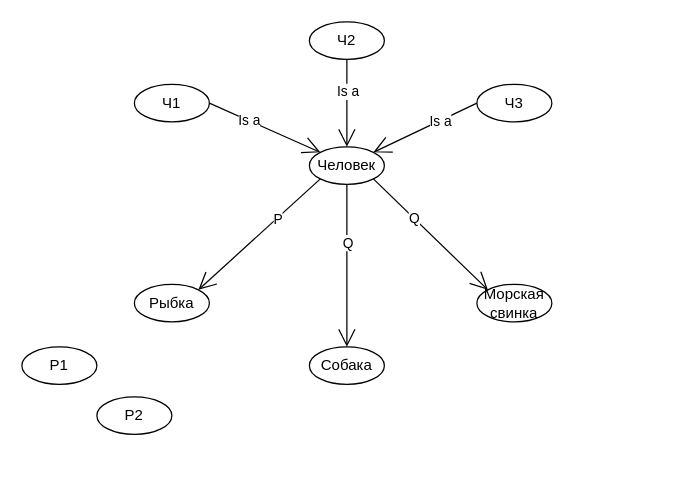
Earlier version of the draw.io diagram Диаграмма без названия.drawio (hard-gainer/UML). Source tidied: cells renumbered, new cells numbered last; positions are measured from the earlier drawing's top-left corner, leaving out a move shared by most shapes. Both pictures are drawn from the tidied source at 125%, with x=0, y=0 at pixel (21, 21).
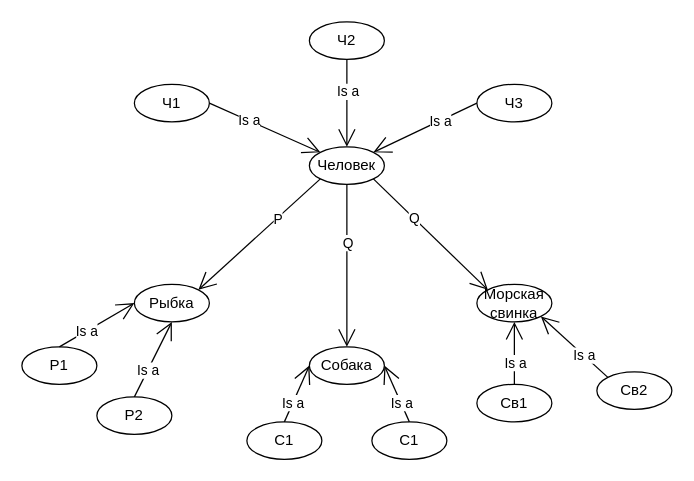
The same page after the edit.

Unchanged cells that the change refers to:
```xml
<mxCell id="3" value="Морская свинка" style="ellipse;whiteSpace=wrap;html=1;" parent="1" vertex="1">
  <mxGeometry x="364" y="210" width="60" height="30" as="geometry" />
</mxCell>
<mxCell id="4" value="Рыбка" style="ellipse;whiteSpace=wrap;html=1;" parent="1" vertex="1">
  <mxGeometry x="90" y="210" width="60" height="30" as="geometry" />
</mxCell>
<mxCell id="5" value="Собака" style="ellipse;whiteSpace=wrap;html=1;" parent="1" vertex="1">
  <mxGeometry x="230" y="260" width="60" height="30" as="geometry" />
</mxCell>
<mxCell id="21" value="Р1" style="ellipse;whiteSpace=wrap;html=1;" parent="1" vertex="1">
  <mxGeometry y="260" width="60" height="30" as="geometry" />
</mxCell>
<mxCell id="22" value="Р2" style="ellipse;whiteSpace=wrap;html=1;" parent="1" vertex="1">
  <mxGeometry x="60" y="300" width="60" height="30" as="geometry" />
</mxCell>
```

The edit, as a diff of the source:
```diff
@@
+    <mxCell id="23" value="C1" style="ellipse;whiteSpace=wrap;html=1;" parent="1" vertex="1">
+      <mxGeometry x="180" y="320" width="60" height="30" as="geometry" />
+    </mxCell>
+    <mxCell id="24" value="C1" style="ellipse;whiteSpace=wrap;html=1;" parent="1" vertex="1">
+      <mxGeometry x="280" y="320" width="60" height="30" as="geometry" />
+    </mxCell>
+    <mxCell id="25" value="Св1" style="ellipse;whiteSpace=wrap;html=1;" parent="1" vertex="1">
+      <mxGeometry x="364" y="290" width="60" height="30" as="geometry" />
+    </mxCell>
+    <mxCell id="26" value="Св2" style="ellipse;whiteSpace=wrap;html=1;" parent="1" vertex="1">
+      <mxGeometry x="460" y="280" width="60" height="30" as="geometry" />
+    </mxCell>
+    <mxCell id="27" style="endArrow=open;endFill=1;endSize=12;html=1;rounded=0;exitX=0.5;exitY=0;exitDx=0;exitDy=0;entryX=0.5;entryY=1;entryDx=0;entryDy=0;" parent="1" edge="1" source="25" target="3">
+      <mxGeometry relative="1" as="geometry" />
+    </mxCell>
+    <mxCell id="28" value="Is a" style="edgeLabel;html=1;align=center;verticalAlign=middle;" parent="27" vertex="1">
+      <mxGeometry x="-0.29" relative="1" as="geometry" />
+    </mxCell>
+    <mxCell id="29" style="endArrow=open;endFill=1;endSize=12;html=1;rounded=0;exitX=0;exitY=0;exitDx=0;exitDy=0;entryX=1;entryY=1;entryDx=0;entryDy=0;" parent="1" edge="1" source="26" target="3">
+      <mxGeometry relative="1" as="geometry" />
+    </mxCell>
+    <mxCell id="30" value="Is a" style="edgeLabel;html=1;align=center;verticalAlign=middle;" parent="29" vertex="1">
+      <mxGeometry x="-0.29" relative="1" as="geometry" />
+    </mxCell>
+    <mxCell id="31" style="endArrow=open;endFill=1;endSize=12;html=1;rounded=0;exitX=0.5;exitY=0;exitDx=0;exitDy=0;entryX=0;entryY=0.5;entryDx=0;entryDy=0;" parent="1" edge="1" source="23" target="5">
+      <mxGeometry relative="1" as="geometry" />
+    </mxCell>
+    <mxCell id="32" value="Is a" style="edgeLabel;html=1;align=center;verticalAlign=middle;" parent="31" vertex="1">
+      <mxGeometry x="-0.29" relative="1" as="geometry" />
+    </mxCell>
+    <mxCell id="33" style="endArrow=open;endFill=1;endSize=12;html=1;rounded=0;exitX=0.5;exitY=0;exitDx=0;exitDy=0;entryX=1;entryY=0.5;entryDx=0;entryDy=0;" parent="1" edge="1" source="24" target="5">
+      <mxGeometry relative="1" as="geometry" />
+    </mxCell>
+    <mxCell id="34" value="Is a" style="edgeLabel;html=1;align=center;verticalAlign=middle;" parent="33" vertex="1">
+      <mxGeometry x="-0.29" relative="1" as="geometry" />
+    </mxCell>
+    <mxCell id="35" style="endArrow=open;endFill=1;endSize=12;html=1;rounded=0;exitX=0.5;exitY=0;exitDx=0;exitDy=0;entryX=0.5;entryY=1;entryDx=0;entryDy=0;" parent="1" edge="1" source="22" target="4">
+      <mxGeometry relative="1" as="geometry" />
+    </mxCell>
+    <mxCell id="36" value="Is a" style="edgeLabel;html=1;align=center;verticalAlign=middle;" parent="35" vertex="1">
+      <mxGeometry x="-0.29" relative="1" as="geometry" />
+    </mxCell>
+    <mxCell id="37" style="endArrow=open;endFill=1;endSize=12;html=1;rounded=0;exitX=0.5;exitY=0;exitDx=0;exitDy=0;entryX=0;entryY=0.5;entryDx=0;entryDy=0;" parent="1" edge="1" source="21" target="4">
+      <mxGeometry relative="1" as="geometry" />
+    </mxCell>
+    <mxCell id="38" value="Is a" style="edgeLabel;html=1;align=center;verticalAlign=middle;" parent="37" vertex="1">
+      <mxGeometry x="-0.29" relative="1" as="geometry" />
+    </mxCell>
```
